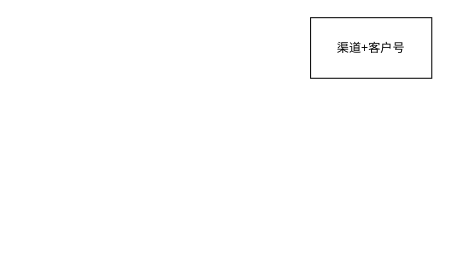
This is 客户关系查询.drawio from rainerpiao/cloud-computing, a draw.io file, before an edit. Source tidied: cells renumbered, new cells numbered last; positions are measured from the earlier drawing's top-left corner, leaving out a move shared by most shapes. Both pictures are drawn from the tidied source at 101%, with x=0, y=0 at pixel (310, 17).
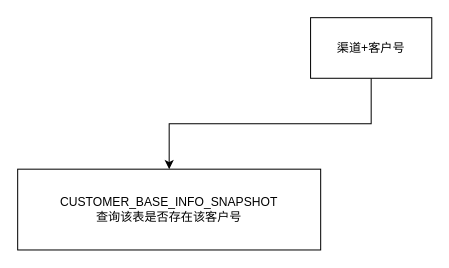
Above is the later version.

Commit message (it also covers changes not shown here):
更新客户关系查询.drawio

What changed in the source:
```diff
@@
 <mxGraphModel>
   <root>
     <mxCell id="0" />
     <mxCell id="1" parent="0" />
+    <mxCell id="3" style="edgeStyle=orthogonalEdgeStyle;rounded=0;jettySize=auto;html=1;" parent="1" edge="1" source="2" target="4">
+      <mxGeometry relative="1" as="geometry" />
+    </mxCell>
     <mxCell id="2" value="渠道+客户号" style="rounded=0;whiteSpace=wrap;html=1;" parent="1" vertex="1">
       <mxGeometry width="120" height="60" as="geometry" />
     </mxCell>
+    <mxCell id="4" value="CUSTOMER_BASE_INFO_SNAPSHOT&lt;div&gt;查询该表是否存在该客户号&lt;/div&gt;" style="whiteSpace=wrap;html=1;rounded=0;" parent="1" vertex="1">
+      <mxGeometry x="-290" y="150" width="300" height="80" as="geometry" />
+    </mxCell>
   </root>
 </mxGraphModel>
```
